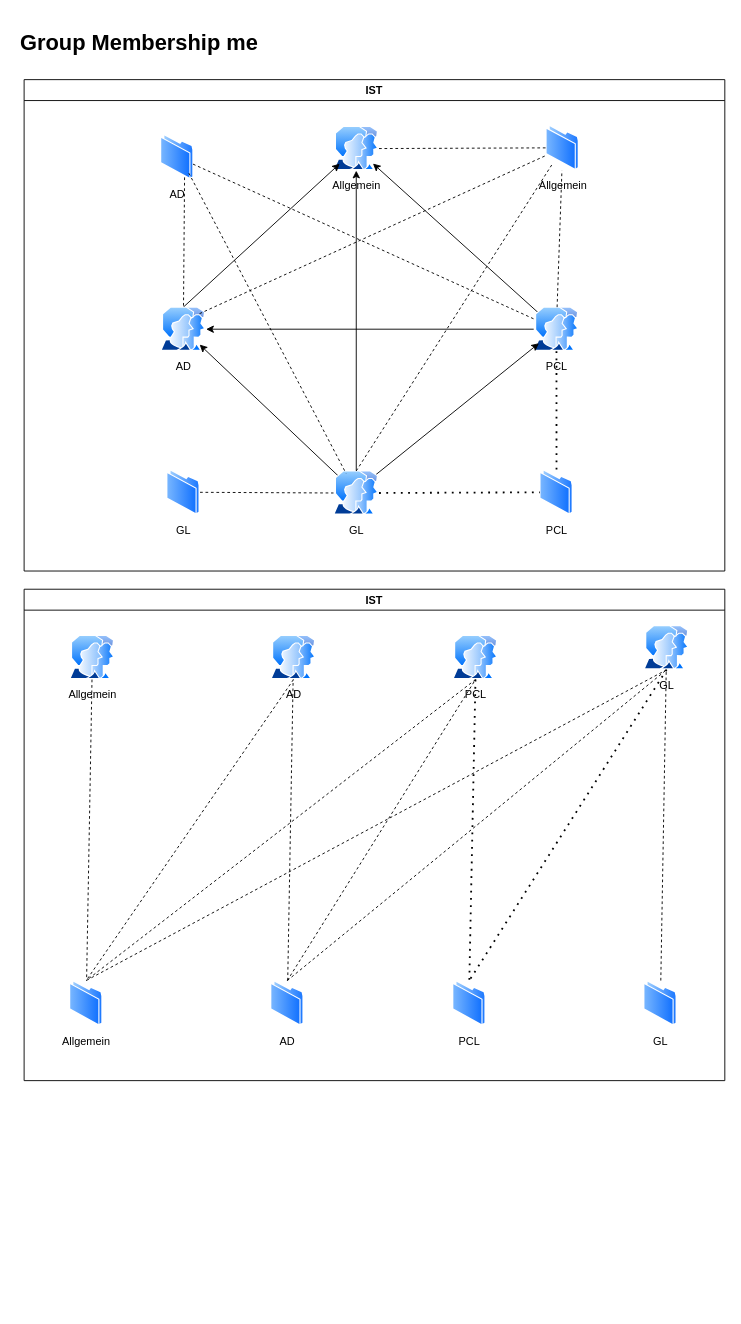
Earlier version of the draw.io diagram ME-GROUPS.drawio (cutmal/drawio-charts). Source tidied: cells renumbered, new cells numbered last; positions are measured from the earlier drawing's top-left corner, leaving out a move shared by most shapes. Both pictures are drawn from the tidied source at 91%, with x=0, y=0 at pixel (15, 25).
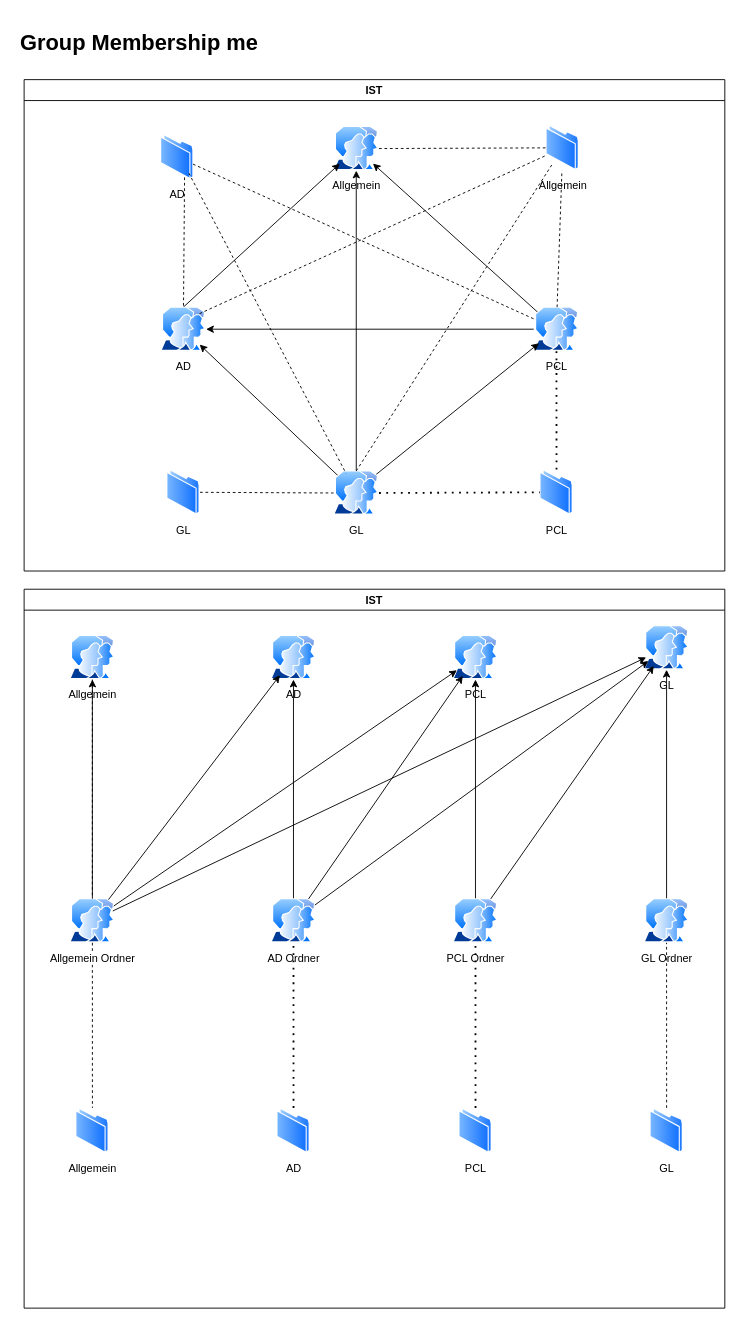
After the change.

The change refers to these unchanged cells:
```xml
<mxCell id="5" value="AD" style="perimeter=ellipsePerimeter;html=1;align=center;shadow=0;dashed=0;spacingTop=3;image;image=img/lib/active_directory/user_accounts.svg;" parent="3" vertex="1">
  <mxGeometry x="271" y="50.8" width="50" height="48.5" as="geometry" />
</mxCell>
<mxCell id="7" value="&lt;div&gt;Allgemein&lt;/div&gt;" style="perimeter=ellipsePerimeter;html=1;align=center;shadow=0;dashed=0;spacingTop=3;image;image=img/lib/active_directory/user_accounts.svg;" parent="3" vertex="1">
  <mxGeometry x="50" y="50.8" width="50" height="48.5" as="geometry" />
</mxCell>
<mxCell id="11" value="GL" style="perimeter=ellipsePerimeter;html=1;align=center;shadow=0;dashed=0;spacingTop=3;image;image=img/lib/active_directory/user_accounts.svg;" parent="3" vertex="1">
  <mxGeometry x="681" y="40" width="50" height="48.5" as="geometry" />
</mxCell>
<mxCell id="14" value="&lt;div&gt;PCL&lt;/div&gt;" style="perimeter=ellipsePerimeter;html=1;align=center;shadow=0;dashed=0;spacingTop=3;image;image=img/lib/active_directory/user_accounts.svg;" parent="3" vertex="1">
  <mxGeometry x="471" y="50.8" width="50" height="48.5" as="geometry" />
</mxCell>
```

Diff of the diagram source:
```diff
@@
     <mxCell id="3" value="IST" style="swimlane;" parent="1" vertex="1">
-      <mxGeometry x="9" y="620" width="770" height="540" as="geometry" />
+      <mxGeometry x="9" y="620" width="770" height="790" as="geometry" />
     </mxCell>
     <mxCell id="4" value="AD" style="perimeter=ellipsePerimeter;html=1;align=center;shadow=0;dashed=0;spacingTop=3;image;image=img/lib/active_directory/folder.svg;" parent="3" vertex="1">
-      <mxGeometry x="271" y="430" width="36.5" height="50" as="geometry" />
+      <mxGeometry x="277.8" y="570" width="36.5" height="50" as="geometry" />
     </mxCell>
@@
-    <mxCell id="6" style="endArrow=none;dashed=1;html=1;rounded=0;" parent="3" edge="1" source="4" target="5">
-      <mxGeometry relative="1" as="geometry" />
-    </mxCell>
@@
     <mxCell id="8" value="Allgemein" style="perimeter=ellipsePerimeter;html=1;align=center;shadow=0;dashed=0;spacingTop=3;image;image=img/lib/active_directory/folder.svg;" parent="3" vertex="1">
-      <mxGeometry x="50" y="430" width="36.5" height="50" as="geometry" />
+      <mxGeometry x="56.8" y="570" width="36.5" height="50" as="geometry" />
     </mxCell>
-    <mxCell id="9" style="endArrow=none;dashed=1;html=1;rounded=0;" parent="3" edge="1" source="7" target="8">
+    <mxCell id="9" style="endArrow=none;dashed=1;html=1;rounded=0;startArrow=none;" parent="3" edge="1" source="55" target="8">
       <mxGeometry relative="1" as="geometry" />
     </mxCell>
-    <mxCell id="10" style="endArrow=none;dashed=1;html=1;rounded=0;exitX=0.5;exitY=1;exitDx=0;exitDy=0;entryX=0.5;entryY=0;entryDx=0;entryDy=0;" parent="3" edge="1" source="5" target="8">
-      <mxGeometry relative="1" as="geometry" />
-    </mxCell>
@@
-    <mxCell id="12" style="endArrow=none;dashed=1;html=1;rounded=0;exitX=0.5;exitY=1;exitDx=0;exitDy=0;entryX=0.5;entryY=0;entryDx=0;entryDy=0;" parent="3" edge="1" source="11" target="8">
-      <mxGeometry relative="1" as="geometry" />
-    </mxCell>
-    <mxCell id="13" style="endArrow=none;dashed=1;html=1;rounded=0;exitX=0.5;exitY=0;exitDx=0;exitDy=0;entryX=0.5;entryY=1;entryDx=0;entryDy=0;" parent="3" edge="1" source="4" target="11">
-      <mxGeometry relative="1" as="geometry" />
-    </mxCell>
@@
-    <mxCell id="15" style="endArrow=none;dashed=1;html=1;rounded=0;entryX=0.5;entryY=0;entryDx=0;entryDy=0;exitX=0.5;exitY=1;exitDx=0;exitDy=0;" parent="3" edge="1" source="14" target="8">
-      <mxGeometry relative="1" as="geometry" />
-    </mxCell>
-    <mxCell id="16" style="endArrow=none;dashed=1;html=1;rounded=0;exitX=0.5;exitY=0;exitDx=0;exitDy=0;entryX=0.5;entryY=1;entryDx=0;entryDy=0;" parent="3" edge="1" source="4" target="14">
-      <mxGeometry relative="1" as="geometry" />
-    </mxCell>
     <mxCell id="17" value="GL" style="perimeter=ellipsePerimeter;html=1;align=center;shadow=0;dashed=0;spacingTop=3;image;image=img/lib/active_directory/folder.svg;" parent="3" vertex="1">
-      <mxGeometry x="681" y="430" width="36.5" height="50" as="geometry" />
+      <mxGeometry x="687.8" y="570" width="36.5" height="50" as="geometry" />
     </mxCell>
-    <mxCell id="18" style="endArrow=none;dashed=1;html=1;rounded=0;" parent="3" edge="1" source="17" target="11">
-      <mxGeometry relative="1" as="geometry" />
-    </mxCell>
     <mxCell id="19" value="PCL" style="perimeter=ellipsePerimeter;html=1;align=center;shadow=0;dashed=0;spacingTop=3;image;image=img/lib/active_directory/folder.svg;" parent="3" vertex="1">
-      <mxGeometry x="471" y="430" width="36.5" height="50" as="geometry" />
+      <mxGeometry x="477.8" y="570" width="36.5" height="50" as="geometry" />
     </mxCell>
-    <mxCell id="20" style="endArrow=none;dashed=1;html=1;dashPattern=1 3;strokeWidth=2;rounded=0;exitX=0.5;exitY=1;exitDx=0;exitDy=0;entryX=0.5;entryY=0;entryDx=0;entryDy=0;" parent="3" edge="1" source="14" target="19">
-      <mxGeometry relative="1" as="geometry" />
-    </mxCell>
-    <mxCell id="21" style="endArrow=none;dashed=1;html=1;dashPattern=1 3;strokeWidth=2;rounded=0;entryX=0.5;entryY=0;entryDx=0;entryDy=0;exitX=0.5;exitY=1;exitDx=0;exitDy=0;" parent="3" edge="1" source="11" target="19">
-      <mxGeometry relative="1" as="geometry" />
-    </mxCell>
+    <mxCell id="47" style="edgeStyle=none;rounded=0;jettySize=auto;html=1;" parent="3" edge="1" source="50" target="5">
+      <mxGeometry relative="1" as="geometry" />
+    </mxCell>
+    <mxCell id="48" style="edgeStyle=none;rounded=0;jettySize=auto;html=1;" parent="3" edge="1" source="50" target="14">
+      <mxGeometry relative="1" as="geometry" />
+    </mxCell>
+    <mxCell id="49" style="edgeStyle=none;rounded=0;jettySize=auto;html=1;" parent="3" edge="1" source="50" target="11">
+      <mxGeometry relative="1" as="geometry" />
+    </mxCell>
+    <mxCell id="50" value="&lt;div&gt;AD Ordner&lt;/div&gt;&lt;div&gt;&lt;br&gt;&lt;/div&gt;" style="perimeter=ellipsePerimeter;html=1;align=center;shadow=0;dashed=0;spacingTop=3;image;image=img/lib/active_directory/user_accounts.svg;" parent="3" vertex="1">
+      <mxGeometry x="271" y="340" width="50" height="48.5" as="geometry" />
+    </mxCell>
+    <mxCell id="51" style="rounded=0;jettySize=auto;html=1;" parent="3" edge="1" source="55" target="5">
+      <mxGeometry relative="1" as="geometry" />
+    </mxCell>
+    <mxCell id="52" style="edgeStyle=none;rounded=0;jettySize=auto;html=1;" parent="3" edge="1" source="55" target="7">
+      <mxGeometry relative="1" as="geometry" />
+    </mxCell>
+    <mxCell id="53" style="edgeStyle=none;rounded=0;jettySize=auto;html=1;" parent="3" edge="1" source="55" target="14">
+      <mxGeometry relative="1" as="geometry" />
+    </mxCell>
+    <mxCell id="54" style="edgeStyle=none;rounded=0;jettySize=auto;html=1;" parent="3" edge="1" source="55" target="11">
+      <mxGeometry relative="1" as="geometry" />
+    </mxCell>
+    <mxCell id="55" value="&lt;div&gt;Allgemein Ordner&lt;br&gt;&lt;/div&gt;" style="perimeter=ellipsePerimeter;html=1;align=center;shadow=0;dashed=0;spacingTop=3;image;image=img/lib/active_directory/user_accounts.svg;" parent="3" vertex="1">
+      <mxGeometry x="50" y="340" width="50" height="48.5" as="geometry" />
+    </mxCell>
+    <mxCell id="56" style="endArrow=none;dashed=1;html=1;rounded=0;" parent="3" edge="1" source="7" target="55">
+      <mxGeometry relative="1" as="geometry" />
+    </mxCell>
+    <mxCell id="57" style="edgeStyle=none;rounded=0;jettySize=auto;html=1;" parent="3" edge="1" source="59" target="11">
+      <mxGeometry relative="1" as="geometry" />
+    </mxCell>
+    <mxCell id="58" style="edgeStyle=none;rounded=0;jettySize=auto;html=1;" parent="3" edge="1" source="59" target="14">
+      <mxGeometry relative="1" as="geometry" />
+    </mxCell>
+    <mxCell id="59" value="&lt;div&gt;PCL Ordner&lt;br&gt;&lt;/div&gt;" style="perimeter=ellipsePerimeter;html=1;align=center;shadow=0;dashed=0;spacingTop=3;image;image=img/lib/active_directory/user_accounts.svg;" parent="3" vertex="1">
+      <mxGeometry x="471" y="340" width="50" height="48.5" as="geometry" />
+    </mxCell>
+    <mxCell id="60" style="endArrow=none;dashed=1;html=1;dashPattern=1 3;strokeWidth=2;rounded=0;entryX=0.5;entryY=1;entryDx=0;entryDy=0;" parent="3" edge="1" source="19" target="59">
+      <mxGeometry relative="1" as="geometry" />
+    </mxCell>
+    <mxCell id="61" style="edgeStyle=none;rounded=0;jettySize=auto;html=1;" parent="3" edge="1" source="62" target="11">
+      <mxGeometry relative="1" as="geometry" />
+    </mxCell>
+    <mxCell id="62" value="&lt;div&gt;GL Ordner&lt;/div&gt;" style="perimeter=ellipsePerimeter;html=1;align=center;shadow=0;dashed=0;spacingTop=3;image;image=img/lib/active_directory/user_accounts.svg;" parent="3" vertex="1">
+      <mxGeometry x="681" y="340" width="50" height="48.5" as="geometry" />
+    </mxCell>
+    <mxCell id="63" style="endArrow=none;dashed=1;html=1;rounded=0;" parent="3" edge="1" source="17" target="62">
+      <mxGeometry relative="1" as="geometry" />
+    </mxCell>
+    <mxCell id="64" style="endArrow=none;dashed=1;html=1;dashPattern=1 3;strokeWidth=2;rounded=0;entryX=0.5;entryY=1;entryDx=0;entryDy=0;" parent="3" edge="1" source="4" target="50">
+      <mxGeometry relative="1" as="geometry" />
+    </mxCell>
```
